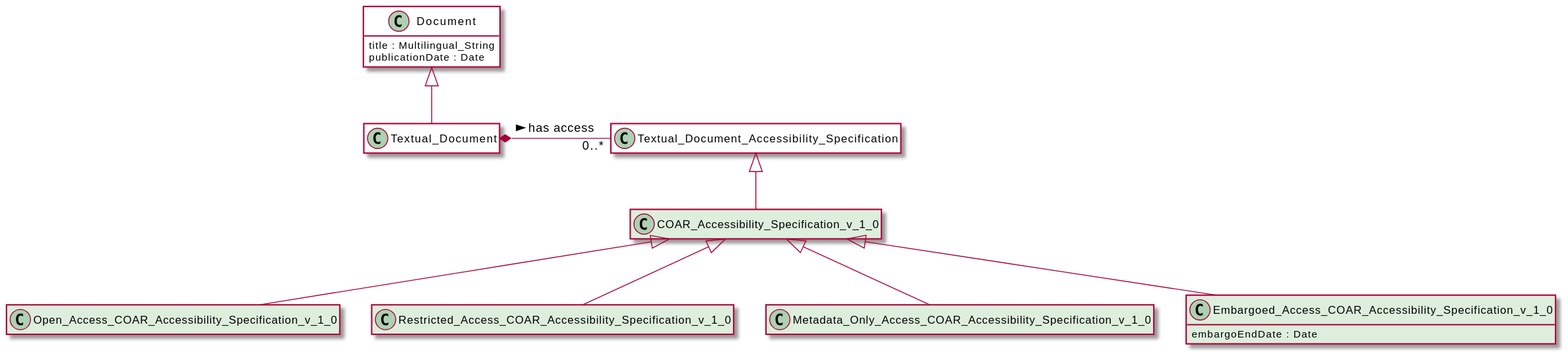
The PlantUML diagram diagrams/coarAccessibilitySpecification.svg in EuroCRIS/CERIF-ScholarlyPublicationsModule, before a commit.
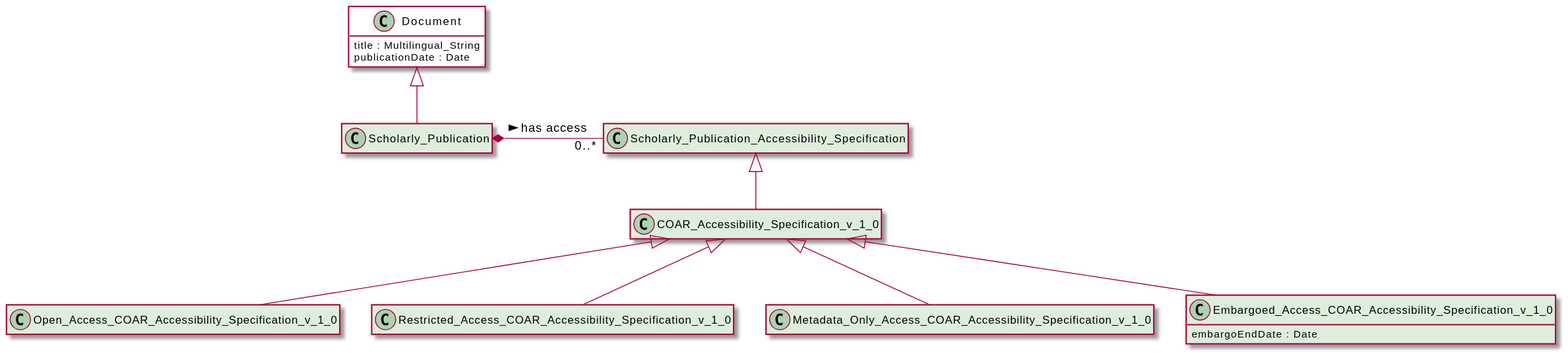
After the commit.

Commit message:
:rocket: adding generated diagrams

What changed in the source:
```diff
@@ -3,9 +3,9 @@
     !includesub ../../CERIF-Core/diagrams/core.puml!common
 
     !includesub ../../CERIF-Core/diagrams/core.puml!Document
-    !includesub ../../CERIF-Core/diagrams/core.puml!Textual_Document
-    !includesub ../../CERIF-Core/diagrams/core.puml!Textual_Document_Accessibility_Specification
 
+    !includesub ./module.puml!Scholarly_Publication
+    !includesub ./module.puml!Scholarly_Publication_Accessibility_Specification
     !includesub ./module.puml!COAR_Accessibility_Specification
 
 @enduml
```
